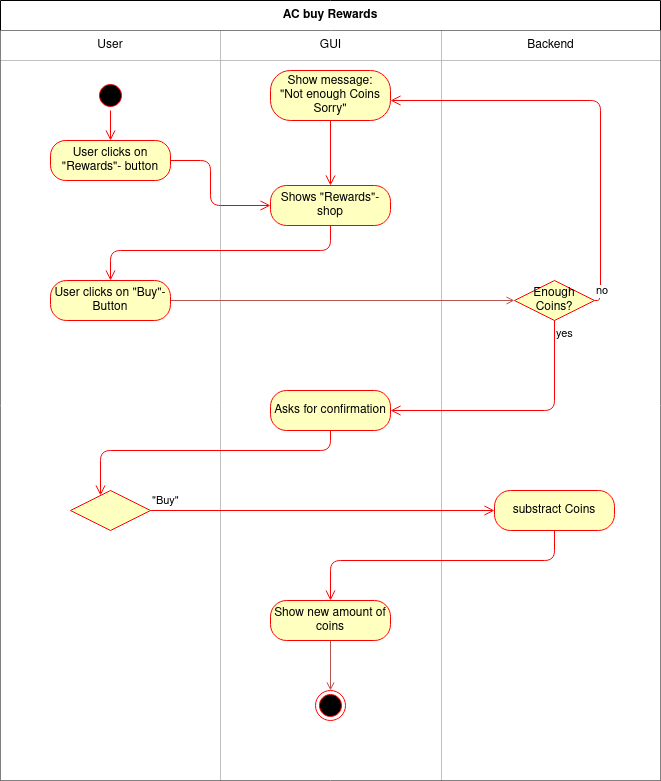
This is PNGs/AC_Buy_Rewards.png from david2628/Work2Play, a draw.io export, as it was before one commit. Source tidied: cells renumbered, new cells last; positions are measured from the earlier drawing's top-left corner, leaving out a move shared by most shapes.
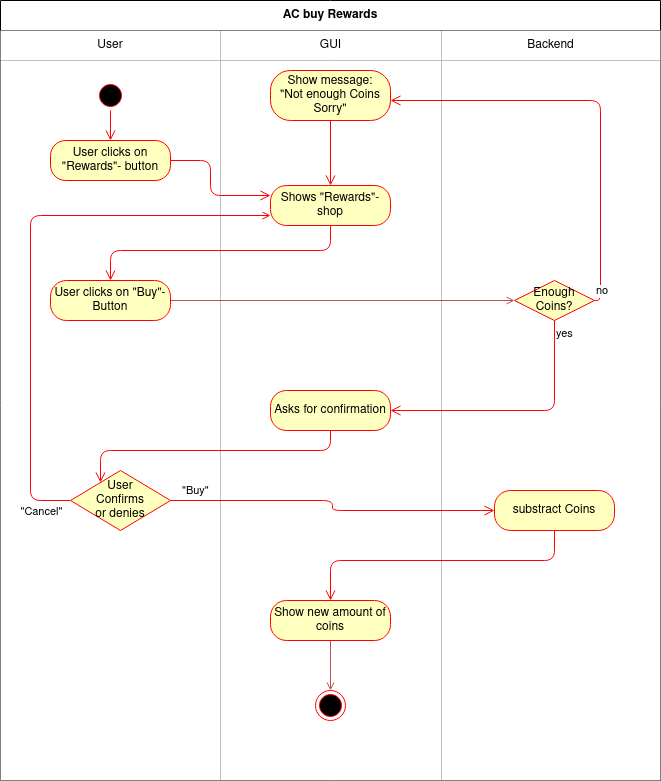
The same diagram one commit later.

What changed in the source:
```diff
@@ -46,11 +46,11 @@
     <mxCell id="14" value="User clicks on &quot;Rewards&quot;- button" style="rounded=1;whiteSpace=wrap;html=1;arcSize=38;fontColor=#000000;fillColor=#ffffc0;strokeColor=#ff0000;" parent="1" vertex="1">
       <mxGeometry x="50" y="140" width="120" height="40" as="geometry" />
     </mxCell>
-    <mxCell id="15" style="edgeStyle=orthogonalEdgeStyle;html=1;verticalAlign=bottom;endArrow=open;endSize=8;strokeColor=#ff0000;entryX=0;entryY=0.5;entryDx=0;entryDy=0;" parent="1" edge="1" source="14" target="16">
+    <mxCell id="15" style="edgeStyle=orthogonalEdgeStyle;html=1;verticalAlign=bottom;endArrow=open;endSize=8;strokeColor=#ff0000;entryX=0;entryY=0.25;entryDx=0;entryDy=0;" parent="1" edge="1" source="14" target="16">
       <mxGeometry relative="1" as="geometry">
         <Array as="points">
           <mxPoint x="210" y="160" />
-          <mxPoint x="210" y="205" />
+          <mxPoint x="210" y="195" />
         </Array>
       </mxGeometry>
     </mxCell>
@@ -82,11 +82,24 @@
         </Array>
       </mxGeometry>
     </mxCell>
+    <mxCell id="34" style="edgeStyle=orthogonalEdgeStyle;jettySize=auto;html=1;exitX=0;exitY=0.5;exitDx=0;exitDy=0;entryX=0;entryY=0.75;entryDx=0;entryDy=0;rounded=1;strokeColor=#FF0000;endArrow=open;endFill=0;" parent="1" edge="1" source="22" target="16">
+      <mxGeometry relative="1" as="geometry">
+        <Array as="points">
+          <mxPoint x="30" y="500" />
+          <mxPoint x="30" y="215" />
+        </Array>
+      </mxGeometry>
+    </mxCell>
+    <mxCell id="35" value="&quot;Cancel&quot;" style="edgeLabel;html=1;align=center;verticalAlign=middle;" parent="34" vertex="1">
+      <mxGeometry x="-0.96" y="-4" relative="1" as="geometry">
+        <mxPoint x="-19" y="14" as="offset" />
+      </mxGeometry>
+    </mxCell>
-    <mxCell id="22" style="rhombus;whiteSpace=wrap;html=1;fillColor=#ffffc0;strokeColor=#ff0000;" parent="1" vertex="1">
-      <mxGeometry x="70" y="490" width="80" height="40" as="geometry" />
+    <mxCell id="22" value="User &lt;br&gt;Confirms&lt;br&gt;or denies" style="rhombus;whiteSpace=wrap;html=1;fillColor=#ffffc0;strokeColor=#ff0000;" parent="1" vertex="1">
+      <mxGeometry x="70" y="470" width="100" height="60" as="geometry" />
     </mxCell>
     <mxCell id="23" value="&quot;Buy&quot;" style="edgeStyle=orthogonalEdgeStyle;html=1;align=left;verticalAlign=bottom;endArrow=open;endSize=8;strokeColor=#ff0000;entryX=0;entryY=0.5;entryDx=0;entryDy=0;" parent="1" edge="1" source="22" target="24">
-      <mxGeometry x="-1" relative="1" as="geometry" />
+      <mxGeometry x="-0.94" relative="1" as="geometry" />
     </mxCell>
     <mxCell id="24" value="substract Coins" style="rounded=1;whiteSpace=wrap;html=1;arcSize=40;fontColor=#000000;fillColor=#ffffc0;strokeColor=#ff0000;" parent="1" vertex="1">
       <mxGeometry x="494" y="490" width="120" height="40" as="geometry" />
```
